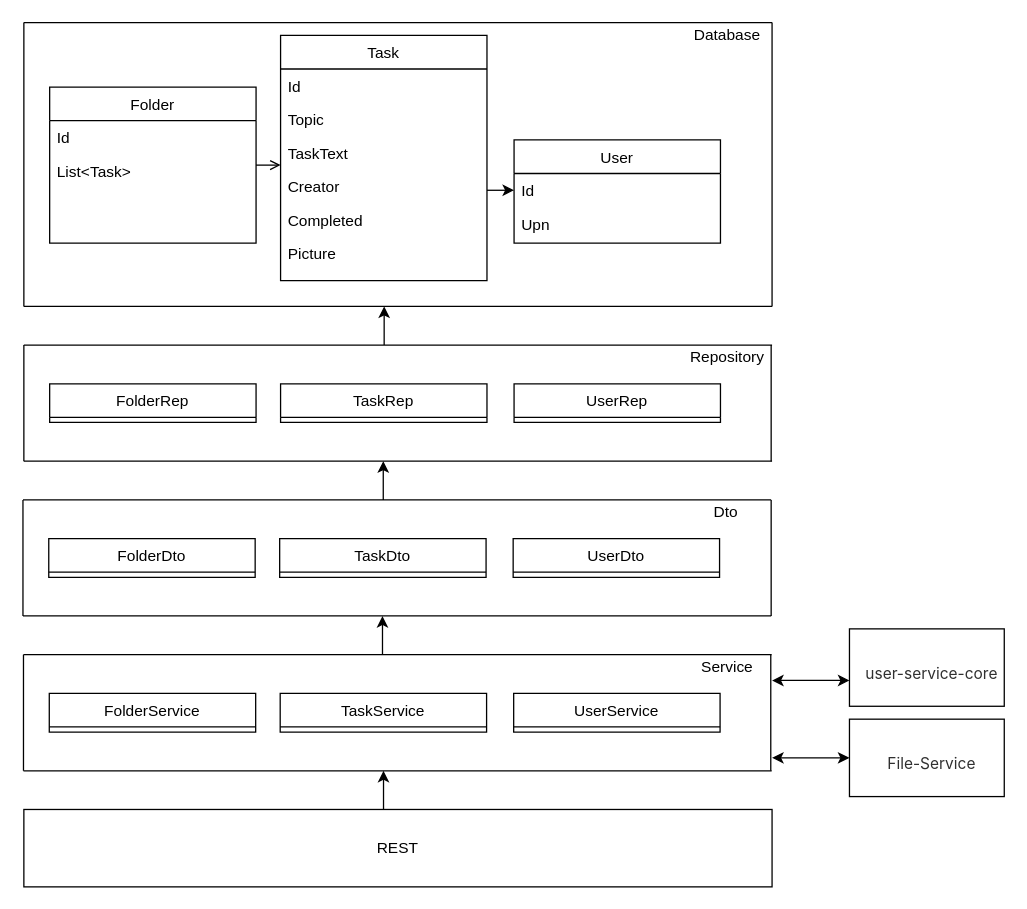
Above: diagrams/taskmanager.drawio in Fabrissou/Fabrissou (draw.io), before the change. Source tidied: cells renumbered, new cells numbered last; positions are measured from the earlier drawing's top-left corner, leaving out a move shared by most shapes. Both pictures are drawn from the tidied source at 129%, with x=0, y=0 at pixel (22, 22).
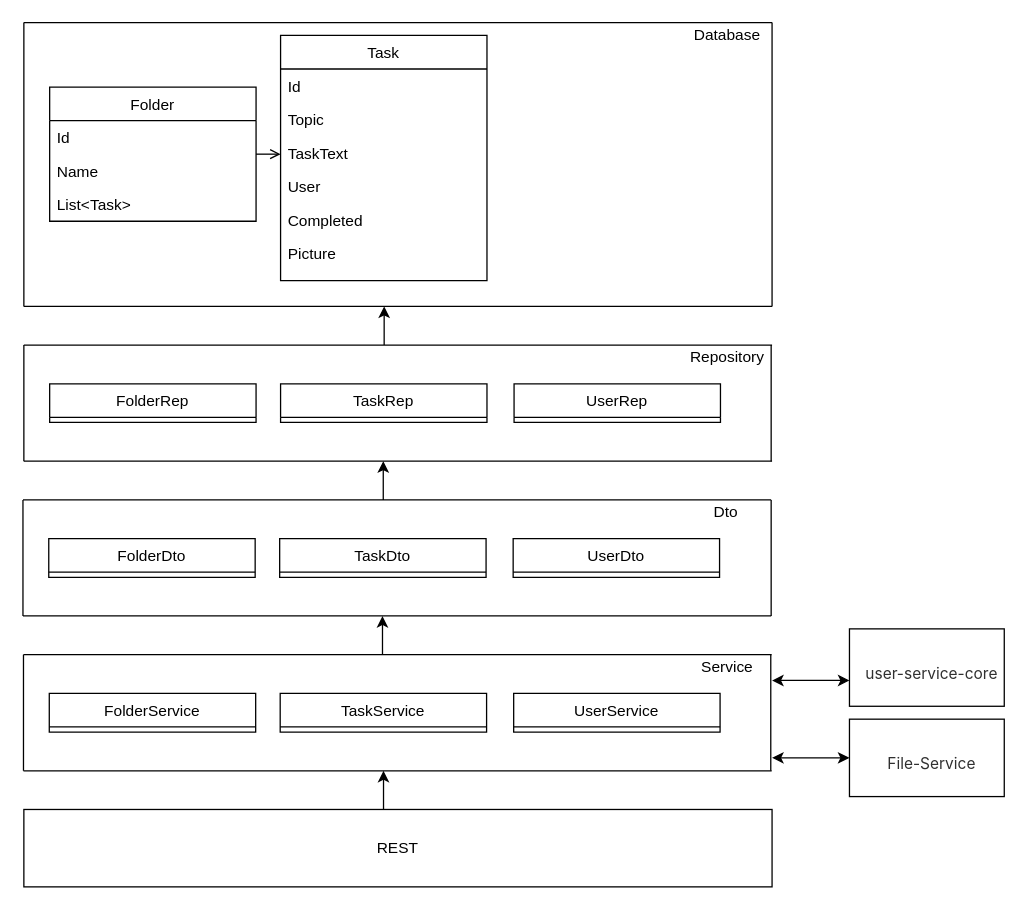
Above is the later version.

Unchanged cells that the change refers to:
```xml
<mxCell id="5" value="Task" style="swimlane;fontStyle=0;align=center;verticalAlign=top;horizontal=1;startSize=26;rounded=0;shadow=0;strokeWidth=1;" parent="1" vertex="1">
  <mxGeometry x="200" y="10" width="160" height="190" as="geometry" />
</mxCell>
```

Change to the diagram source:
```diff
@@
     <mxCell id="2" value="Folder" style="swimlane;fontStyle=0;align=center;verticalAlign=top;horizontal=1;startSize=26;rounded=0;shadow=0;strokeWidth=1;fontFamily=Helvetica;" parent="1" vertex="1">
-      <mxGeometry x="21" y="50" width="160" height="121" as="geometry" />
+      <mxGeometry x="21" y="50" width="160" height="104" as="geometry" />
     </mxCell>
@@
-    <mxCell id="4" value="List&lt;Task&gt;" style="text;align=left;verticalAlign=top;spacingLeft=4;spacingRight=4;overflow=hidden;rounded=0;shadow=0;html=0;" parent="2" vertex="1">
+    <mxCell id="4" value="Name" style="text;align=left;verticalAlign=top;spacingLeft=4;spacingRight=4;overflow=hidden;rounded=0;shadow=0;html=0;" parent="2" vertex="1">
       <mxGeometry y="52" width="160" height="26" as="geometry" />
     </mxCell>
+    <mxCell id="55" value="List&lt;Task&gt;" style="text;align=left;verticalAlign=top;spacingLeft=4;spacingRight=4;overflow=hidden;rounded=0;shadow=0;html=0;" parent="2" vertex="1">
+      <mxGeometry y="78" width="160" height="26" as="geometry" />
+    </mxCell>
@@
-    <mxCell id="9" value="Creator" style="text;align=left;verticalAlign=top;spacingLeft=4;spacingRight=4;overflow=hidden;points=[[0,0.5],[1,0.5]];portConstraint=eastwest;rounded=0;shadow=0;html=0;" parent="5" vertex="1">
+    <mxCell id="9" value="User" style="text;align=left;verticalAlign=top;spacingLeft=4;spacingRight=4;overflow=hidden;points=[[0,0.5],[1,0.5]];portConstraint=eastwest;rounded=0;shadow=0;html=0;" parent="5" vertex="1">
       <mxGeometry y="104" width="160" height="26" as="geometry" />
     </mxCell>
@@
-    <mxCell id="13" value="User" style="swimlane;fontStyle=0;align=center;verticalAlign=top;horizontal=1;startSize=26;rounded=0;shadow=0;strokeWidth=1;fontFamily=Helvetica;" parent="1" vertex="1">
-      <mxGeometry x="381" y="91" width="160" height="80" as="geometry" />
-    </mxCell>
-    <mxCell id="14" value="Id" style="text;align=left;verticalAlign=top;spacingLeft=4;spacingRight=4;overflow=hidden;points=[[0,0.5],[1,0.5]];portConstraint=eastwest;" parent="13" vertex="1">
-      <mxGeometry y="26" width="160" height="26" as="geometry" />
-    </mxCell>
-    <mxCell id="15" value="Upn" style="text;align=left;verticalAlign=top;spacingLeft=4;spacingRight=4;overflow=hidden;rounded=0;shadow=0;html=0;" parent="13" vertex="1">
-      <mxGeometry y="52" width="160" height="26" as="geometry" />
-    </mxCell>
-    <mxCell id="16" style="edgeStyle=orthogonalEdgeStyle;rounded=0;jettySize=auto;html=1;entryX=0;entryY=0.5;entryDx=0;entryDy=0;fontFamily=Helvetica;" parent="1" edge="1" source="9" target="14">
-      <mxGeometry relative="1" as="geometry">
-        <Array as="points">
-          <mxPoint x="370" y="130" />
-          <mxPoint x="370" y="130" />
-        </Array>
-      </mxGeometry>
-    </mxCell>
```
